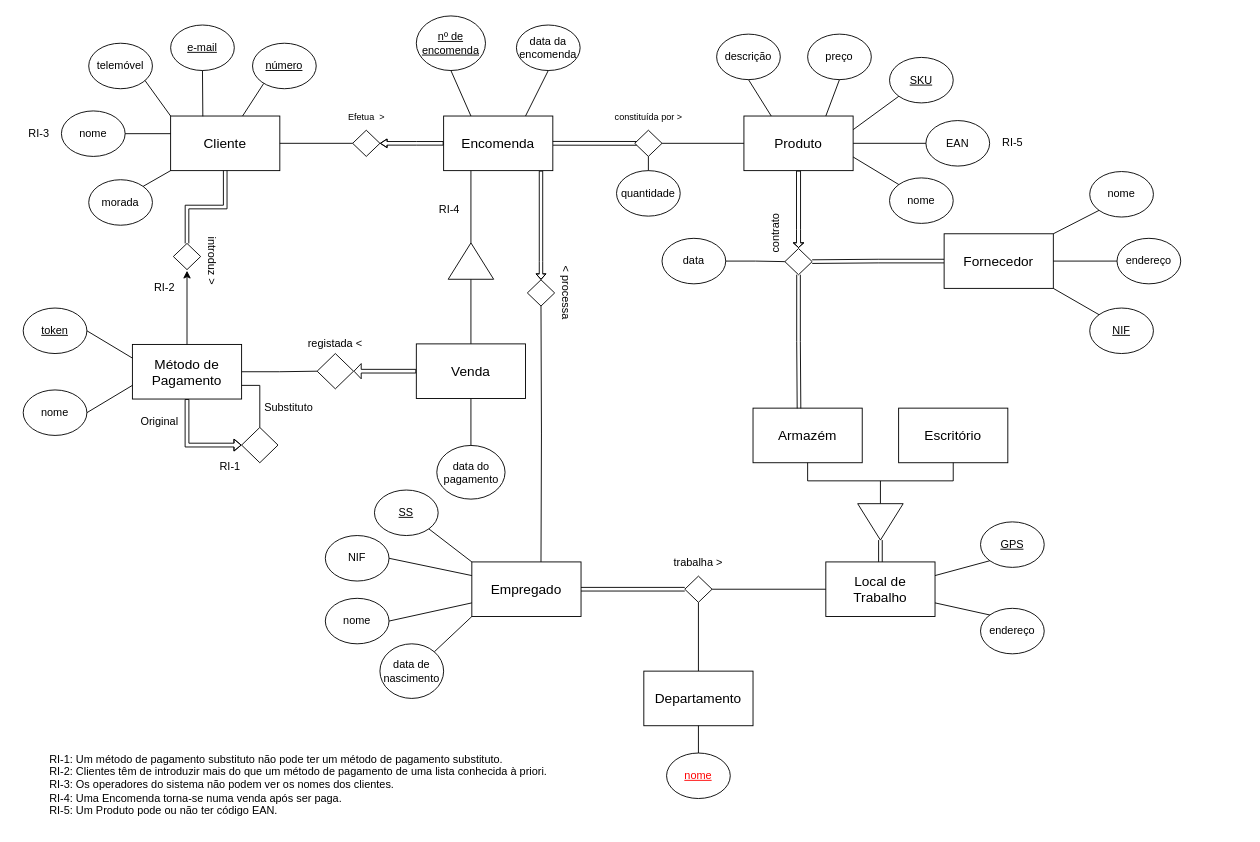
Above: Diagrama sem nome.drawio in GreenMemory16/BD-2022-2023 (draw.io), before the change. Source tidied: cells renumbered, new cells numbered last; positions are measured from the earlier drawing's top-left corner, leaving out a move shared by most shapes. Both pictures are drawn from the tidied source at 91%, with x=0, y=0 at pixel (15, 15).
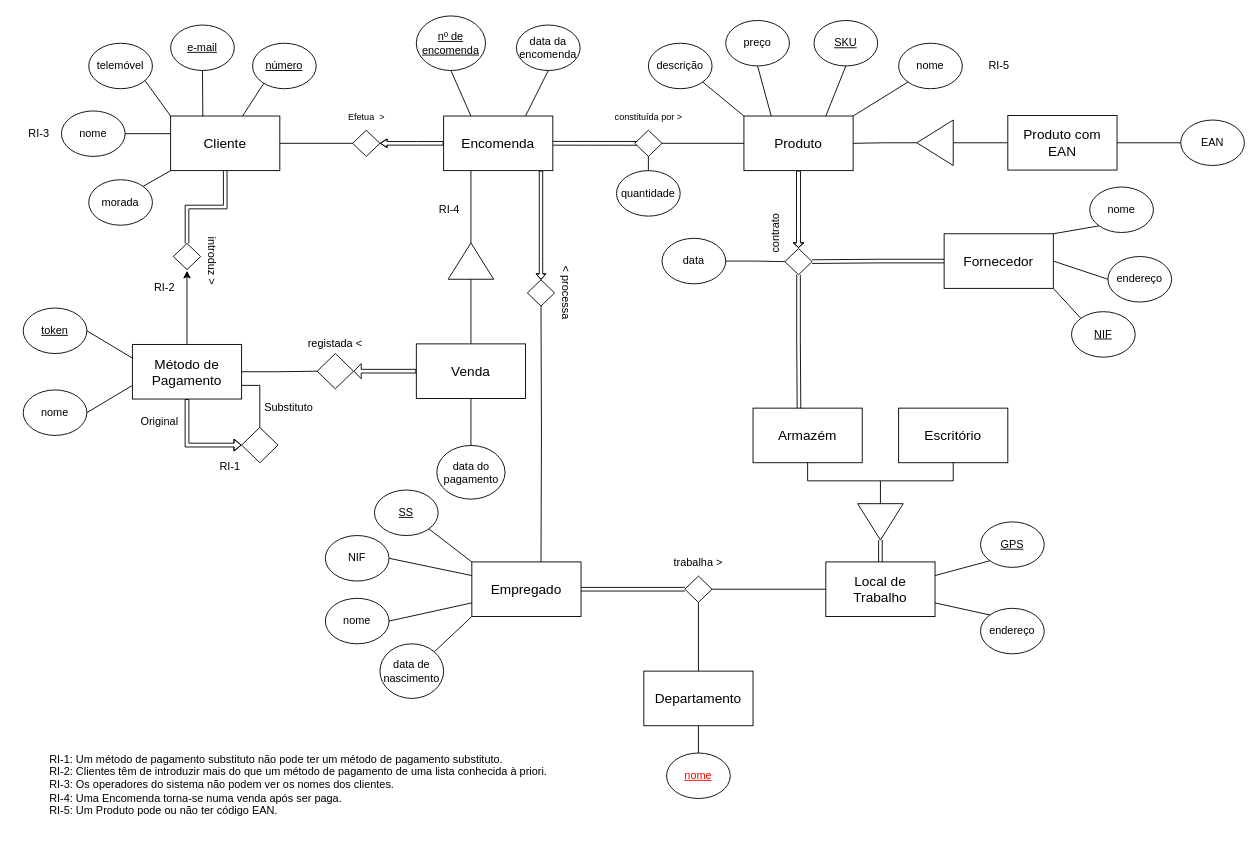
Above is the later version.

Commit message:
Produto com EAN

The change refers to these unchanged cells:
```xml
<mxCell id="24" value="&lt;font style=&quot;font-size: 15px;&quot;&gt;Produto&lt;/font&gt;" style="rounded=0;whiteSpace=wrap;html=1;" parent="1" vertex="1">
  <mxGeometry x="800" y="110" width="120" height="60" as="geometry" />
</mxCell>
```

The edit, as a diff of the source:
```diff
@@
     <mxCell id="28" value="descrição" style="ellipse;whiteSpace=wrap;html=1;" parent="1" vertex="1">
-      <mxGeometry x="770" y="20" width="70" height="50" as="geometry" />
+      <mxGeometry x="695" y="30" width="70" height="50" as="geometry" />
     </mxCell>
     <mxCell id="29" value="preço" style="ellipse;whiteSpace=wrap;html=1;" parent="1" vertex="1">
-      <mxGeometry x="870" y="20" width="70" height="50" as="geometry" />
+      <mxGeometry x="780" y="5" width="70" height="50" as="geometry" />
     </mxCell>
     <mxCell id="30" value="&lt;u&gt;SKU&lt;/u&gt;" style="ellipse;whiteSpace=wrap;html=1;" parent="1" vertex="1">
-      <mxGeometry x="960" y="45.6" width="70" height="50" as="geometry" />
+      <mxGeometry x="877" y="5" width="70" height="50" as="geometry" />
     </mxCell>
-    <mxCell id="31" value="EAN" style="ellipse;whiteSpace=wrap;html=1;" parent="1" vertex="1">
-      <mxGeometry x="1000" y="115" width="70" height="50" as="geometry" />
+    <mxCell id="31" value="nome" style="ellipse;whiteSpace=wrap;html=1;" parent="1" vertex="1">
+      <mxGeometry x="970" y="30" width="70" height="50" as="geometry" />
     </mxCell>
-    <mxCell id="32" style="endArrow=none;html=1;rounded=0;entryX=0.5;entryY=1;entryDx=0;entryDy=0;exitX=0.25;exitY=0;exitDx=0;exitDy=0;" parent="1" edge="1" source="24" target="28">
+    <mxCell id="32" style="endArrow=none;html=1;rounded=0;entryX=1;entryY=1;entryDx=0;entryDy=0;exitX=0;exitY=0;exitDx=0;exitDy=0;" parent="1" edge="1" source="24" target="28">
       <mxGeometry relative="1" as="geometry" />
     </mxCell>
-    <mxCell id="33" style="endArrow=none;html=1;rounded=0;entryX=0.5;entryY=1;entryDx=0;entryDy=0;exitX=0.75;exitY=0;exitDx=0;exitDy=0;" parent="1" edge="1" source="24" target="29">
+    <mxCell id="33" style="endArrow=none;html=1;rounded=0;entryX=0.5;entryY=1;entryDx=0;entryDy=0;exitX=0.25;exitY=0;exitDx=0;exitDy=0;" parent="1" edge="1" source="24" target="29">
       <mxGeometry relative="1" as="geometry" />
     </mxCell>
-    <mxCell id="34" style="endArrow=none;html=1;rounded=0;entryX=0;entryY=1;entryDx=0;entryDy=0;exitX=1;exitY=0.25;exitDx=0;exitDy=0;" parent="1" edge="1" source="24" target="30">
+    <mxCell id="34" style="endArrow=none;html=1;rounded=0;entryX=0.5;entryY=1;entryDx=0;entryDy=0;exitX=0.75;exitY=0;exitDx=0;exitDy=0;" parent="1" edge="1" source="24" target="30">
       <mxGeometry relative="1" as="geometry" />
     </mxCell>
@@
     <mxCell id="65" value="nome" style="ellipse;whiteSpace=wrap;html=1;" parent="1" vertex="1">
-      <mxGeometry x="1180" y="171" width="70" height="50" as="geometry" />
+      <mxGeometry x="1180" y="188" width="70" height="50" as="geometry" />
     </mxCell>
     <mxCell id="66" value="endereço" style="ellipse;whiteSpace=wrap;html=1;" parent="1" vertex="1">
-      <mxGeometry x="1210" y="244.4" width="70" height="50" as="geometry" />
+      <mxGeometry x="1200" y="264.4" width="70" height="50" as="geometry" />
     </mxCell>
     <mxCell id="67" value="&lt;u&gt;NIF&lt;/u&gt;" style="ellipse;whiteSpace=wrap;html=1;" parent="1" vertex="1">
-      <mxGeometry x="1180" y="321" width="70" height="50" as="geometry" />
+      <mxGeometry x="1160" y="325" width="70" height="50" as="geometry" />
     </mxCell>
@@
     <mxCell id="89" value="RI-5" style="text;html=1;align=center;verticalAlign=middle;strokeColor=none;fillColor=none;" parent="1" vertex="1">
-      <mxGeometry x="1070" y="124.4" width="50" height="30" as="geometry" />
+      <mxGeometry x="1055" y="40" width="50" height="30" as="geometry" />
     </mxCell>
@@
-    <mxCell id="112" value="nome" style="ellipse;whiteSpace=wrap;html=1;" parent="1" vertex="1">
-      <mxGeometry x="960" y="178" width="70" height="50" as="geometry" />
-    </mxCell>
-    <mxCell id="113" style="endArrow=none;html=1;rounded=0;exitX=0;exitY=0;exitDx=0;exitDy=0;entryX=1;entryY=0.75;entryDx=0;entryDy=0;" parent="1" edge="1" source="112" target="24">
-      <mxGeometry relative="1" as="geometry" />
-    </mxCell>
@@
-    <mxCell id="115" style="endArrow=none;html=1;rounded=0;entryX=0;entryY=0.5;entryDx=0;entryDy=0;exitX=1;exitY=0.5;exitDx=0;exitDy=0;" parent="1" edge="1" source="24" target="31">
+    <mxCell id="115" style="endArrow=none;html=1;rounded=0;entryX=0;entryY=1;entryDx=0;entryDy=0;exitX=1;exitY=0;exitDx=0;exitDy=0;" parent="1" edge="1" source="24" target="31">
       <mxGeometry relative="1" as="geometry" />
     </mxCell>
@@
+    <mxCell id="118" style="edgeStyle=orthogonalEdgeStyle;rounded=0;jettySize=auto;html=1;exitX=1;exitY=0.5;exitDx=0;exitDy=0;entryX=1;entryY=0.5;entryDx=0;entryDy=0;endArrow=none;endFill=0;" parent="1" edge="1" source="120" target="24">
+      <mxGeometry relative="1" as="geometry" />
+    </mxCell>
+    <mxCell id="119" style="edgeStyle=orthogonalEdgeStyle;rounded=0;jettySize=auto;html=1;exitX=0;exitY=0.5;exitDx=0;exitDy=0;entryX=0;entryY=0.5;entryDx=0;entryDy=0;endArrow=none;endFill=0;" parent="1" edge="1" source="120" target="121">
+      <mxGeometry relative="1" as="geometry" />
+    </mxCell>
+    <mxCell id="120" style="triangle;whiteSpace=wrap;html=1;rotation=-180;" parent="1" vertex="1">
+      <mxGeometry x="990" y="114.4" width="40" height="50" as="geometry" />
+    </mxCell>
+    <mxCell id="121" value="&lt;font style=&quot;font-size: 15px;&quot;&gt;Produto com EAN&lt;/font&gt;" style="rounded=0;whiteSpace=wrap;html=1;" parent="1" vertex="1">
+      <mxGeometry x="1090" y="109.4" width="120" height="60" as="geometry" />
+    </mxCell>
+    <mxCell id="122" style="edgeStyle=orthogonalEdgeStyle;rounded=0;jettySize=auto;html=1;exitX=0;exitY=0.5;exitDx=0;exitDy=0;entryX=1;entryY=0.5;entryDx=0;entryDy=0;endArrow=none;endFill=0;" parent="1" edge="1" source="123" target="121">
+      <mxGeometry relative="1" as="geometry" />
+    </mxCell>
+    <mxCell id="123" value="EAN" style="ellipse;whiteSpace=wrap;html=1;" parent="1" vertex="1">
+      <mxGeometry x="1280" y="114.4" width="70" height="50" as="geometry" />
+    </mxCell>
```
